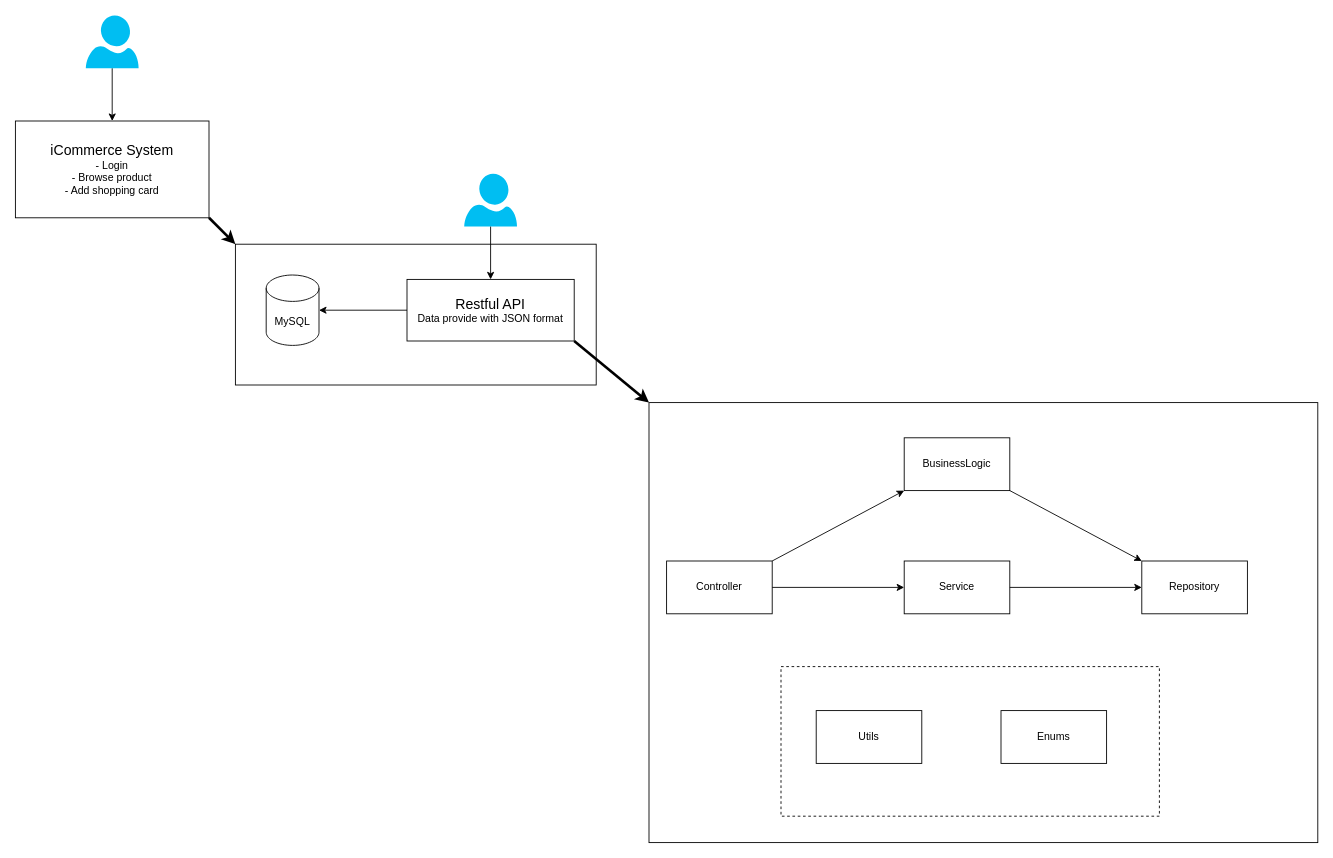
This is page "C4" (1 of 2) of Documents/iCommerce.drawio from thuatsi01/i-commerce, a draw.io file, before an edit. Source tidied: cells renumbered, new cells numbered last; positions are measured from the earlier drawing's top-left corner, leaving out a move shared by most shapes. Both pictures are drawn from the tidied source at 88%, with x=0, y=0 at pixel (15, 15).
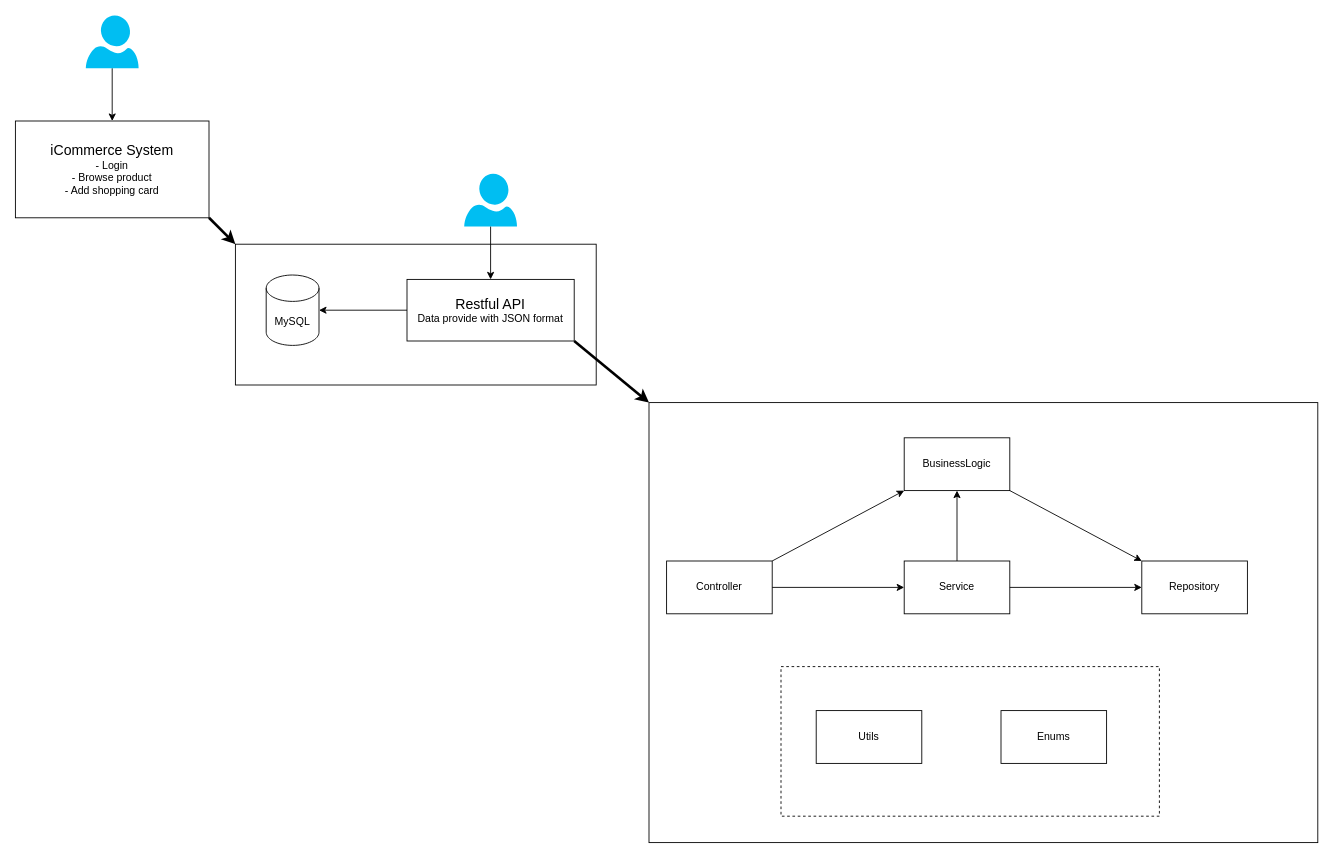
The same diagram, later.

Commit message (it also covers changes not shown here):
Updated application design in document file

The change refers to these unchanged cells:
```xml
<mxCell id="17" style="group;" parent="15" vertex="1">
  <mxGeometry width="560" height="430" as="geometry" />
</mxCell>
<mxCell id="19" value="Service" style="rounded=0;whiteSpace=wrap;html=1;" parent="17" vertex="1">
  <mxGeometry x="270" y="140" width="120" height="60" as="geometry" />
</mxCell>
<mxCell id="21" value="BusinessLogic" style="rounded=0;whiteSpace=wrap;html=1;" parent="17" vertex="1">
  <mxGeometry x="270" width="120" height="60" as="geometry" />
</mxCell>
```

What changed in the source:
```diff
@@
+    <mxCell id="30" style="edgeStyle=orthogonalEdgeStyle;rounded=0;jettySize=auto;html=1;exitX=0.5;exitY=0;exitDx=0;exitDy=0;entryX=0.5;entryY=1;entryDx=0;entryDy=0;" parent="17" edge="1" source="19" target="21">
+      <mxGeometry relative="1" as="geometry" />
+    </mxCell>
```
